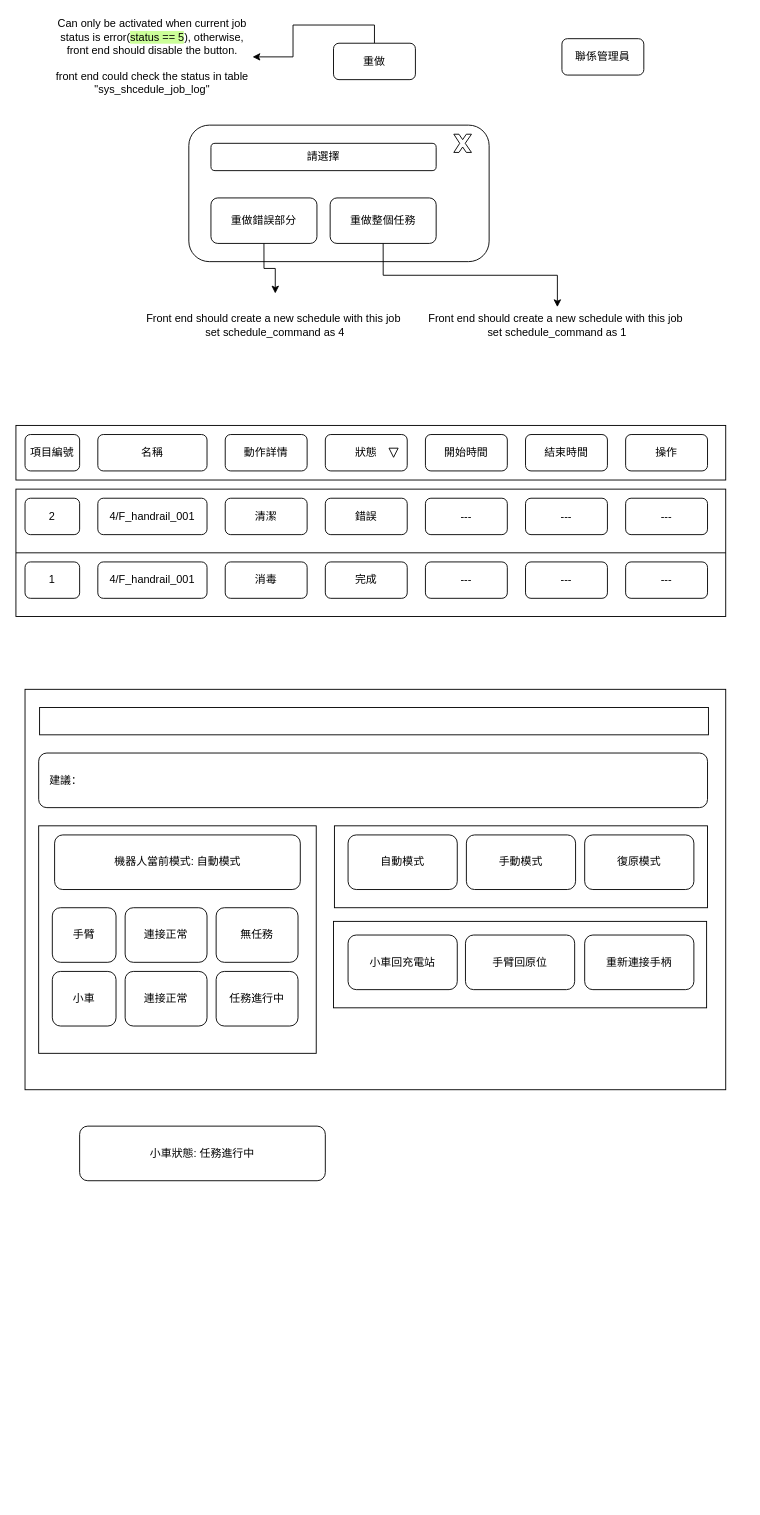
This is page "JobLogPage" (3 of 3) of workflows/workflow_DoSchedules.drawio from wuyongf/w0303-ipc1, a draw.io file, before an edit. Source tidied: cells renumbered, new cells numbered last; positions are measured from the earlier drawing's top-left corner, leaving out a move shared by most shapes. Both pictures are drawn from the tidied source at 91%, with x=0, y=0 at pixel (15, 15).
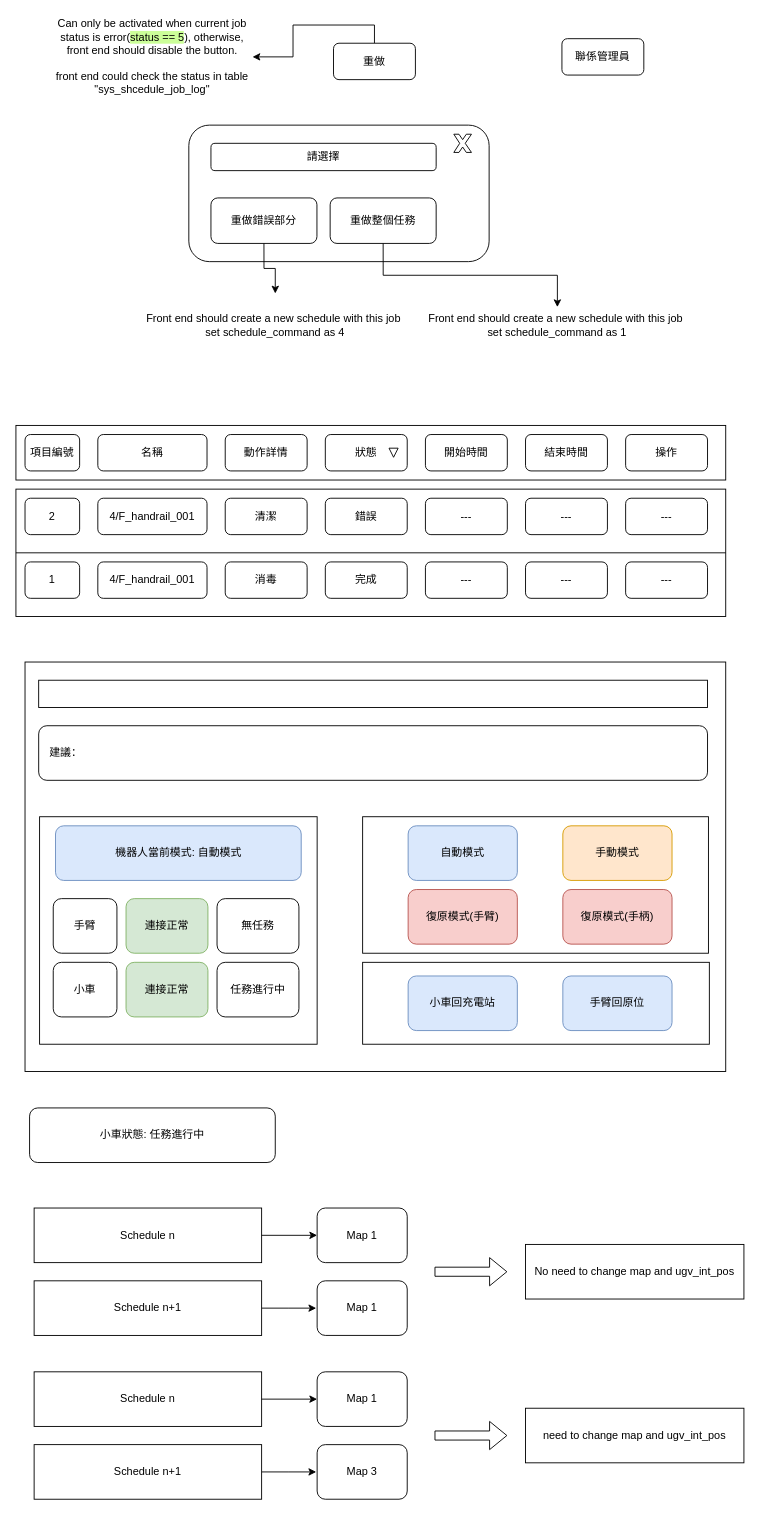
After the change.

The edit, as a diff of the source:
```diff
@@
     <mxCell id="2" style="rounded=0;whiteSpace=wrap;html=1;" parent="1" vertex="1">
-      <mxGeometry x="10" y="740" width="770" height="440" as="geometry" />
+      <mxGeometry x="10" y="710" width="770" height="450" as="geometry" />
     </mxCell>
     <mxCell id="3" style="rounded=0;whiteSpace=wrap;html=1;" parent="1" vertex="1">
-      <mxGeometry x="349" y="995" width="410" height="95" as="geometry" />
+      <mxGeometry x="381" y="1040" width="381" height="90" as="geometry" />
     </mxCell>
     <mxCell id="4" style="rounded=0;whiteSpace=wrap;html=1;" parent="1" vertex="1">
-      <mxGeometry x="350" y="890" width="410" height="90" as="geometry" />
+      <mxGeometry x="381" y="880" width="380" height="150" as="geometry" />
     </mxCell>
     <mxCell id="5" style="rounded=0;whiteSpace=wrap;html=1;" parent="1" vertex="1">
-      <mxGeometry x="25" y="890" width="305" height="250" as="geometry" />
+      <mxGeometry x="26" y="880" width="305" height="250" as="geometry" />
     </mxCell>
@@
-    <mxCell id="45" value="手動模式" style="rounded=1;whiteSpace=wrap;html=1;" parent="1" vertex="1">
-      <mxGeometry x="495" y="900" width="120" height="60" as="geometry" />
+    <mxCell id="45" value="手動模式" style="rounded=1;whiteSpace=wrap;html=1;fillColor=#ffe6cc;strokeColor=#d79b00;" parent="1" vertex="1">
+      <mxGeometry x="601" y="890" width="120" height="60" as="geometry" />
     </mxCell>
-    <mxCell id="46" value="自動模式" style="rounded=1;whiteSpace=wrap;html=1;" parent="1" vertex="1">
-      <mxGeometry x="365" y="900" width="120" height="60" as="geometry" />
+    <mxCell id="46" value="自動模式" style="rounded=1;whiteSpace=wrap;html=1;fillColor=#dae8fc;strokeColor=#6c8ebf;" parent="1" vertex="1">
+      <mxGeometry x="431" y="890" width="120" height="60" as="geometry" />
     </mxCell>
-    <mxCell id="47" value="復原模式" style="rounded=1;whiteSpace=wrap;html=1;" parent="1" vertex="1">
-      <mxGeometry x="625" y="900" width="120" height="60" as="geometry" />
+    <mxCell id="47" value="復原模式(手臂)" style="rounded=1;whiteSpace=wrap;html=1;fillColor=#f8cecc;strokeColor=#b85450;" parent="1" vertex="1">
+      <mxGeometry x="431" y="960" width="120" height="60" as="geometry" />
     </mxCell>
-    <mxCell id="48" value="機器人當前模式: 自動模式" style="rounded=1;whiteSpace=wrap;html=1;" parent="1" vertex="1">
-      <mxGeometry x="42.5" y="900" width="270" height="60" as="geometry" />
+    <mxCell id="48" value="機器人當前模式: 自動模式" style="rounded=1;whiteSpace=wrap;html=1;fillColor=#dae8fc;strokeColor=#6c8ebf;" parent="1" vertex="1">
+      <mxGeometry x="43.5" y="890" width="270" height="60" as="geometry" />
     </mxCell>
     <mxCell id="49" value="手臂" style="rounded=1;whiteSpace=wrap;html=1;" parent="1" vertex="1">
-      <mxGeometry x="40" y="980" width="70" height="60" as="geometry" />
+      <mxGeometry x="41" y="970" width="70" height="60" as="geometry" />
     </mxCell>
     <mxCell id="50" value="小車狀態: 任務進行中" style="rounded=1;whiteSpace=wrap;html=1;" parent="1" vertex="1">
-      <mxGeometry x="70" y="1220" width="270" height="60" as="geometry" />
+      <mxGeometry x="15" y="1200" width="270" height="60" as="geometry" />
     </mxCell>
     <mxCell id="51" value="&amp;nbsp; &amp;nbsp;建議：" style="rounded=1;whiteSpace=wrap;html=1;align=left;" parent="1" vertex="1">
-      <mxGeometry x="25" y="810" width="735" height="60" as="geometry" />
+      <mxGeometry x="25" y="780" width="735" height="60" as="geometry" />
     </mxCell>
     <mxCell id="52" style="rounded=0;whiteSpace=wrap;html=1;" parent="1" vertex="1">
-      <mxGeometry x="26" y="760" width="735" height="30" as="geometry" />
+      <mxGeometry x="25" y="730" width="735" height="30" as="geometry" />
     </mxCell>
-    <mxCell id="53" value="小車回充電站" style="rounded=1;whiteSpace=wrap;html=1;" parent="1" vertex="1">
-      <mxGeometry x="365" y="1010" width="120" height="60" as="geometry" />
+    <mxCell id="53" value="小車回充電站" style="rounded=1;whiteSpace=wrap;html=1;fillColor=#dae8fc;strokeColor=#6c8ebf;" parent="1" vertex="1">
+      <mxGeometry x="431" y="1055" width="120" height="60" as="geometry" />
     </mxCell>
-    <mxCell id="54" value="手臂回原位" style="rounded=1;whiteSpace=wrap;html=1;" parent="1" vertex="1">
-      <mxGeometry x="494" y="1010" width="120" height="60" as="geometry" />
+    <mxCell id="54" value="手臂回原位" style="rounded=1;whiteSpace=wrap;html=1;fillColor=#dae8fc;strokeColor=#6c8ebf;" parent="1" vertex="1">
+      <mxGeometry x="601" y="1055" width="120" height="60" as="geometry" />
     </mxCell>
-    <mxCell id="55" value="重新連接手柄" style="rounded=1;whiteSpace=wrap;html=1;" parent="1" vertex="1">
-      <mxGeometry x="625" y="1010" width="120" height="60" as="geometry" />
-    </mxCell>
-    <mxCell id="56" value="連接正常" style="rounded=1;whiteSpace=wrap;html=1;" parent="1" vertex="1">
-      <mxGeometry x="120" y="980" width="90" height="60" as="geometry" />
+    <mxCell id="56" value="連接正常" style="rounded=1;whiteSpace=wrap;html=1;fillColor=#d5e8d4;strokeColor=#82b366;" parent="1" vertex="1">
+      <mxGeometry x="121" y="970" width="90" height="60" as="geometry" />
     </mxCell>
     <mxCell id="57" value="無任務" style="rounded=1;whiteSpace=wrap;html=1;" parent="1" vertex="1">
-      <mxGeometry x="220" y="980" width="90" height="60" as="geometry" />
+      <mxGeometry x="221" y="970" width="90" height="60" as="geometry" />
     </mxCell>
     <mxCell id="58" value="小車" style="rounded=1;whiteSpace=wrap;html=1;" parent="1" vertex="1">
-      <mxGeometry x="40" y="1050" width="70" height="60" as="geometry" />
+      <mxGeometry x="41" y="1040" width="70" height="60" as="geometry" />
     </mxCell>
-    <mxCell id="59" value="連接正常" style="rounded=1;whiteSpace=wrap;html=1;" parent="1" vertex="1">
-      <mxGeometry x="120" y="1050" width="90" height="60" as="geometry" />
+    <mxCell id="59" value="連接正常" style="rounded=1;whiteSpace=wrap;html=1;fillColor=#d5e8d4;strokeColor=#82b366;" parent="1" vertex="1">
+      <mxGeometry x="121" y="1040" width="90" height="60" as="geometry" />
     </mxCell>
     <mxCell id="60" value="任務進行中" style="rounded=1;whiteSpace=wrap;html=1;" parent="1" vertex="1">
-      <mxGeometry x="220" y="1050" width="90" height="60" as="geometry" />
+      <mxGeometry x="221" y="1040" width="90" height="60" as="geometry" />
     </mxCell>
+    <mxCell id="61" value="復原模式(手柄)" style="rounded=1;whiteSpace=wrap;html=1;fillColor=#f8cecc;strokeColor=#b85450;" parent="1" vertex="1">
+      <mxGeometry x="601" y="960" width="120" height="60" as="geometry" />
+    </mxCell>
+    <mxCell id="62" value="Schedule n" style="rounded=0;whiteSpace=wrap;html=1;" parent="1" vertex="1">
+      <mxGeometry x="20" y="1310" width="250" height="60" as="geometry" />
+    </mxCell>
+    <mxCell id="63" style="edgeStyle=orthogonalEdgeStyle;rounded=0;jettySize=auto;html=1;exitX=1;exitY=0.5;exitDx=0;exitDy=0;" parent="1" edge="1" source="64">
+      <mxGeometry relative="1" as="geometry">
+        <mxPoint x="330" y="1420" as="targetPoint" />
+      </mxGeometry>
+    </mxCell>
+    <mxCell id="64" value="Schedule n+1" style="rounded=0;whiteSpace=wrap;html=1;" parent="1" vertex="1">
+      <mxGeometry x="20" y="1390" width="250" height="60" as="geometry" />
+    </mxCell>
+    <mxCell id="65" style="endArrow=classic;html=1;exitX=1;exitY=0.5;exitDx=0;exitDy=0;entryX=0;entryY=0.5;entryDx=0;entryDy=0;" parent="1" edge="1" source="62" target="66">
+      <mxGeometry relative="1" as="geometry" />
+    </mxCell>
+    <mxCell id="66" value="Map 1" style="rounded=1;whiteSpace=wrap;html=1;" parent="1" vertex="1">
+      <mxGeometry x="331" y="1310" width="99" height="60" as="geometry" />
+    </mxCell>
+    <mxCell id="67" value="Map 1" style="rounded=1;whiteSpace=wrap;html=1;" parent="1" vertex="1">
+      <mxGeometry x="331" y="1390" width="99" height="60" as="geometry" />
+    </mxCell>
+    <mxCell id="68" style="shape=flexArrow;endArrow=classic;html=1;" parent="1" edge="1">
+      <mxGeometry relative="1" as="geometry">
+        <mxPoint x="460" y="1380" as="sourcePoint" />
+        <mxPoint x="540" y="1380" as="targetPoint" />
+      </mxGeometry>
+    </mxCell>
+    <mxCell id="69" value="No need to change map and ugv_int_pos" style="rounded=0;whiteSpace=wrap;html=1;" parent="1" vertex="1">
+      <mxGeometry x="560" y="1350" width="240" height="60" as="geometry" />
+    </mxCell>
+    <mxCell id="70" value="Schedule n" style="rounded=0;whiteSpace=wrap;html=1;" parent="1" vertex="1">
+      <mxGeometry x="20" y="1490" width="250" height="60" as="geometry" />
+    </mxCell>
+    <mxCell id="71" style="edgeStyle=orthogonalEdgeStyle;rounded=0;jettySize=auto;html=1;exitX=1;exitY=0.5;exitDx=0;exitDy=0;" parent="1" edge="1" source="72">
+      <mxGeometry relative="1" as="geometry">
+        <mxPoint x="330" y="1600" as="targetPoint" />
+      </mxGeometry>
+    </mxCell>
+    <mxCell id="72" value="Schedule n+1" style="rounded=0;whiteSpace=wrap;html=1;" parent="1" vertex="1">
+      <mxGeometry x="20" y="1570" width="250" height="60" as="geometry" />
+    </mxCell>
+    <mxCell id="73" style="endArrow=classic;html=1;exitX=1;exitY=0.5;exitDx=0;exitDy=0;entryX=0;entryY=0.5;entryDx=0;entryDy=0;" parent="1" edge="1" source="70" target="74">
+      <mxGeometry relative="1" as="geometry" />
+    </mxCell>
+    <mxCell id="74" value="Map 1" style="rounded=1;whiteSpace=wrap;html=1;" parent="1" vertex="1">
+      <mxGeometry x="331" y="1490" width="99" height="60" as="geometry" />
+    </mxCell>
+    <mxCell id="75" value="Map 3" style="rounded=1;whiteSpace=wrap;html=1;" parent="1" vertex="1">
+      <mxGeometry x="331" y="1570" width="99" height="60" as="geometry" />
+    </mxCell>
+    <mxCell id="76" style="shape=flexArrow;endArrow=classic;html=1;" parent="1" edge="1">
+      <mxGeometry relative="1" as="geometry">
+        <mxPoint x="460" y="1560" as="sourcePoint" />
+        <mxPoint x="540" y="1560" as="targetPoint" />
+      </mxGeometry>
+    </mxCell>
+    <mxCell id="77" value="need to change map and ugv_int_pos" style="rounded=0;whiteSpace=wrap;html=1;" parent="1" vertex="1">
+      <mxGeometry x="560" y="1530" width="240" height="60" as="geometry" />
+    </mxCell>
```
